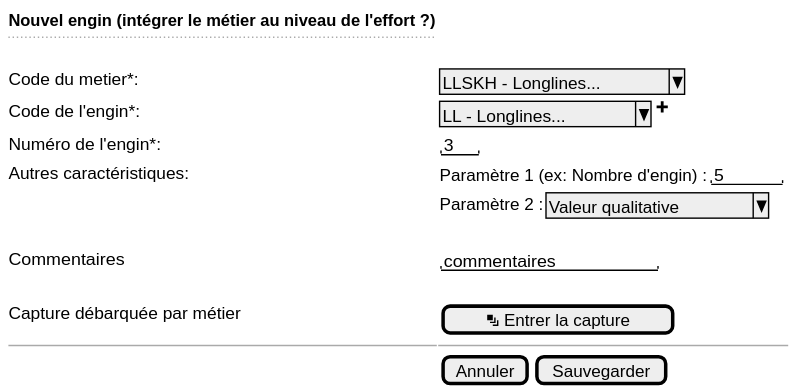
Earlier version of the PlantUML export use-case/collect/trip/landing-ui-effort-tablet.svg (sumaris-net/sumaris-doc). Its source is kept beside it as use-case/collect/trip/landing-ui-effort-tablet.puml. Its diagram source:
```plantuml
@startsalt
{
  <b>Nouvel engin (intégrer le métier au niveau de l'effort ?)
  ..
  .
  Code du metier*:    | { ^LLSKH - Longlines...^ }
  Code de l'engin*:     | { ^LL - Longlines...^ | <&plus> }
  Numéro de l'engin*:     | { " 3 " }
  Autres caractéristiques:  | { Paramètre 1 (ex: Nombre d'engin) : | "   5  " }
  .                         | { Paramètre 2 : | ^Valeur qualitative^ }
  .
  Commentaires              | { "commentaires       "}
  .
  Capture débarquée par métier |  |  {[<&layers> Entrer la capture]}

  -- | --

  .                          | {[Annuler] | [Sauvegarder]}
}
@endsalt
```
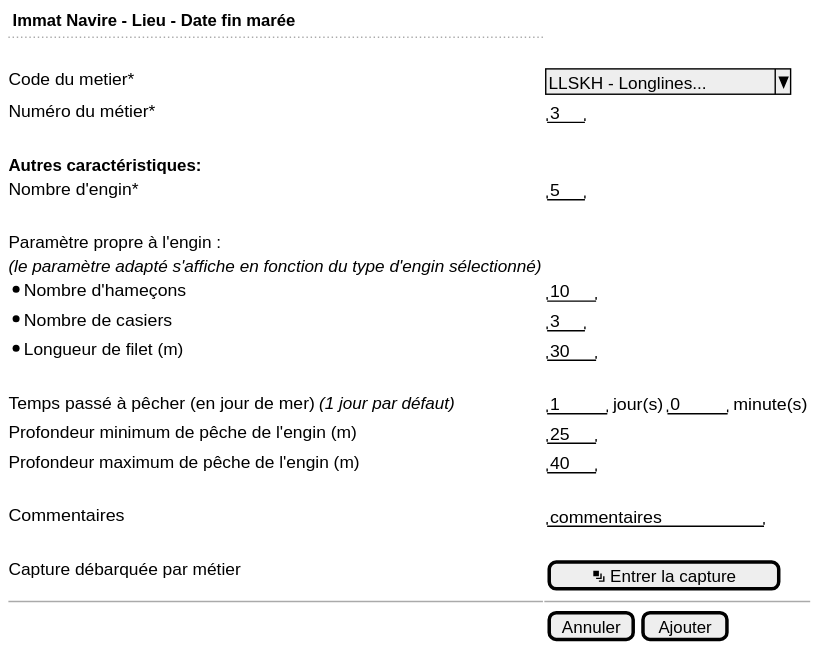
After the commit.

What changed in the source:
```diff
@@ -1,13 +1,23 @@
 @startsalt
 {
-  <b>Nouvel engin (intégrer le métier au niveau de l'effort ?)
+  <b> Immat Navire - Lieu - Date fin marée
   ..
   .
-  Code du metier*:    | { ^LLSKH - Longlines...^ }
-  Code de l'engin*:     | { ^LL - Longlines...^ | <&plus> }
-  Numéro de l'engin*:     | { " 3 " }
-  Autres caractéristiques:  | { Paramètre 1 (ex: Nombre d'engin) : | "   5  " }
-  .                         | { Paramètre 2 : | ^Valeur qualitative^ }
+  Code du metier*    | { ^LLSKH - Longlines...^ }
+  Numéro du métier*     | { " 3 " }
+  .
+  <b>Autres caractéristiques:
+  Nombre d'engin*     | { " 5 " }
+  .
+  Paramètre propre à l'engin :
+  <i>(le paramètre adapté s'affiche en fonction du type d'engin sélectionné)
+    * Nombre d'hameçons      | { " 10 " }
+    * Nombre de casiers      | { " 3 " }
+    * Longueur de filet (m)  | { " 30 " }
+  .
+  Temps passé à pêcher (en jour de mer) <i>(1 jour par défaut)  | { "  1  " | jour(s) | "  0  " | minute(s) }
+  Profondeur minimum de pêche de l'engin (m)  | { " 25 " }
+  Profondeur maximum de pêche de l'engin (m)  | { " 40 " }
   .
   Commentaires              | { "commentaires       "}
   .
@@ -15,6 +25,6 @@
 
   -- | --
 
-  .                          | {[Annuler] | [Sauvegarder]}
+  . | {[Annuler] | [Ajouter]}
 }
 @endsalt
```
